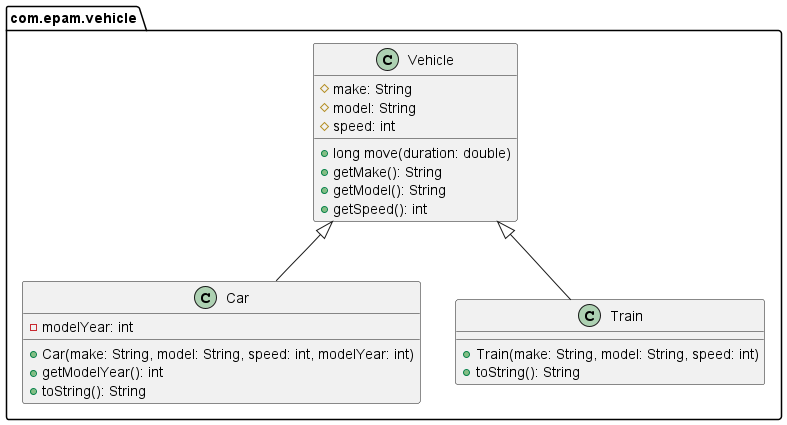
Above: vehicle-asmt/vehicle.png in epam-java-cre/exercise-specification-images (PlantUML), before the change.
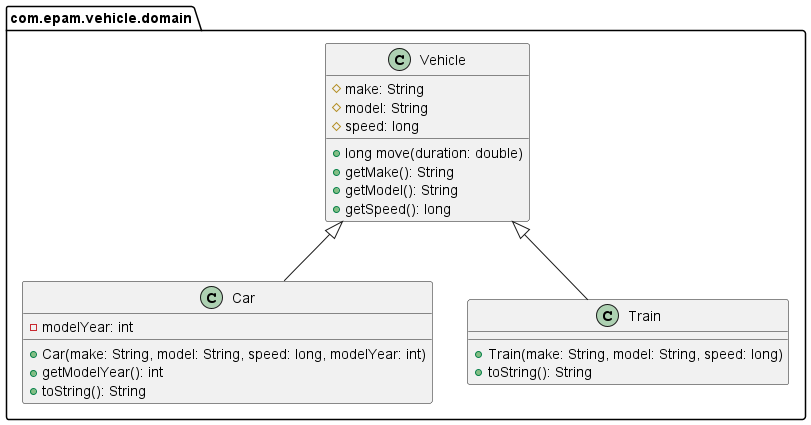
The same diagram one commit later.

Commit message:
fixed speed data type

What changed in the source:
```diff
@@ -1,27 +1,27 @@
 @startuml
 set separator none
 
-package com.epam.vehicle {
+package com.epam.vehicle.domain {
     class Vehicle {
         # make: String
         # model: String
-        # speed: int
+        # speed: long
         + long move(duration: double)
         + getMake(): String
         + getModel(): String
-        + getSpeed(): int
+        + getSpeed(): long
     }
 
     class Car {
         - modelYear: int
-        + Car(make: String, model: String, speed: int, modelYear: int)
+        + Car(make: String, model: String, speed: long, modelYear: int)
         + getModelYear(): int
         + toString(): String
     }
     Vehicle <|-- Car
 
     class Train {
-        + Train(make: String, model: String, speed: int)
+        + Train(make: String, model: String, speed: long)
         + toString(): String
     }
     Vehicle <|-- Train
```
